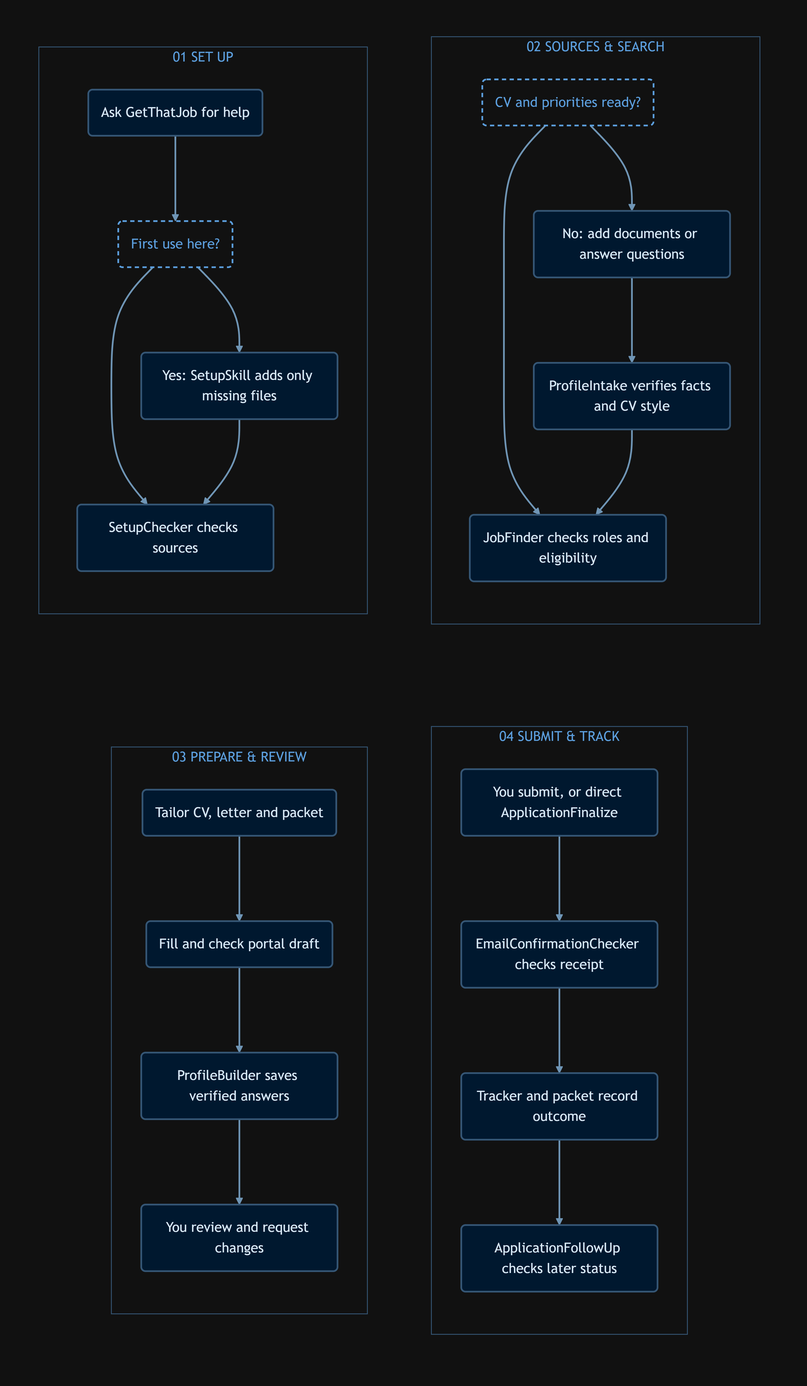
The Mermaid diagram docs/workflow-detailed-vertical.png in YazanMahaini/GetThatJob, before a commit. Its source is kept beside it as docs/workflow-detailed-vertical.mmd. Source of this version:
```mermaid
flowchart TB
    subgraph first[" "]
        direction LR
    subgraph setup["01  SET UP"]
        direction TB
        A("Ask GetThatJob for help") --> B("First use here?")
        B --> C("Yes: SetupSkill adds only missing files")
        B --> D("SetupChecker checks sources")
        C --> D
    end
    subgraph search["02  SOURCES & SEARCH"]
        direction TB
        E("CV and priorities ready?")
        E --> F("No: add documents or answer questions")
        F --> G("ProfileIntake verifies facts and CV style")
        E --> H("JobFinder checks roles and eligibility")
        G --> H
    end
    end
    subgraph second[" "]
        direction LR
    subgraph prepare["03  PREPARE & REVIEW"]
        direction TB
        I("Tailor CV, letter and packet") --> J("Fill and check portal draft")
        J --> P("ProfileBuilder saves verified answers")
        P --> K("You review and request changes")
    end
    subgraph outcome["04  SUBMIT & TRACK"]
        direction TB
        L("You submit, or direct ApplicationFinalize") --> M("EmailConfirmationChecker checks receipt")
        M --> N("Tracker and packet record outcome")
        N --> O("ApplicationFollowUp checks later status")
    end
    end
    setup --> search
    prepare --> outcome
    first ~~~ second
    classDef step fill:#00182f,stroke:#355675,color:#d9e8f6,stroke-width:2px;
    classDef decision fill:#111111,stroke:#5c9fde,color:#5c9fde,stroke-width:2px,stroke-dasharray:5 4;
    class A,C,D,F,G,H,I,J,P,K,L,M,N,O step;
    class B,E decision;
    style setup fill:transparent,stroke:#355675,color:#5c9fde
    style search fill:transparent,stroke:#355675,color:#5c9fde
    style prepare fill:transparent,stroke:#355675,color:#5c9fde
    style outcome fill:transparent,stroke:#355675,color:#5c9fde
    linkStyle 0,1,2,3,4,5,6,7,8,9,10,11,12,13 stroke:#6f95b5,stroke-width:2px;
    linkStyle 14,15,16 stroke:transparent,fill:transparent;
    style first fill:transparent,stroke:transparent
    style second fill:transparent,stroke:transparent
```
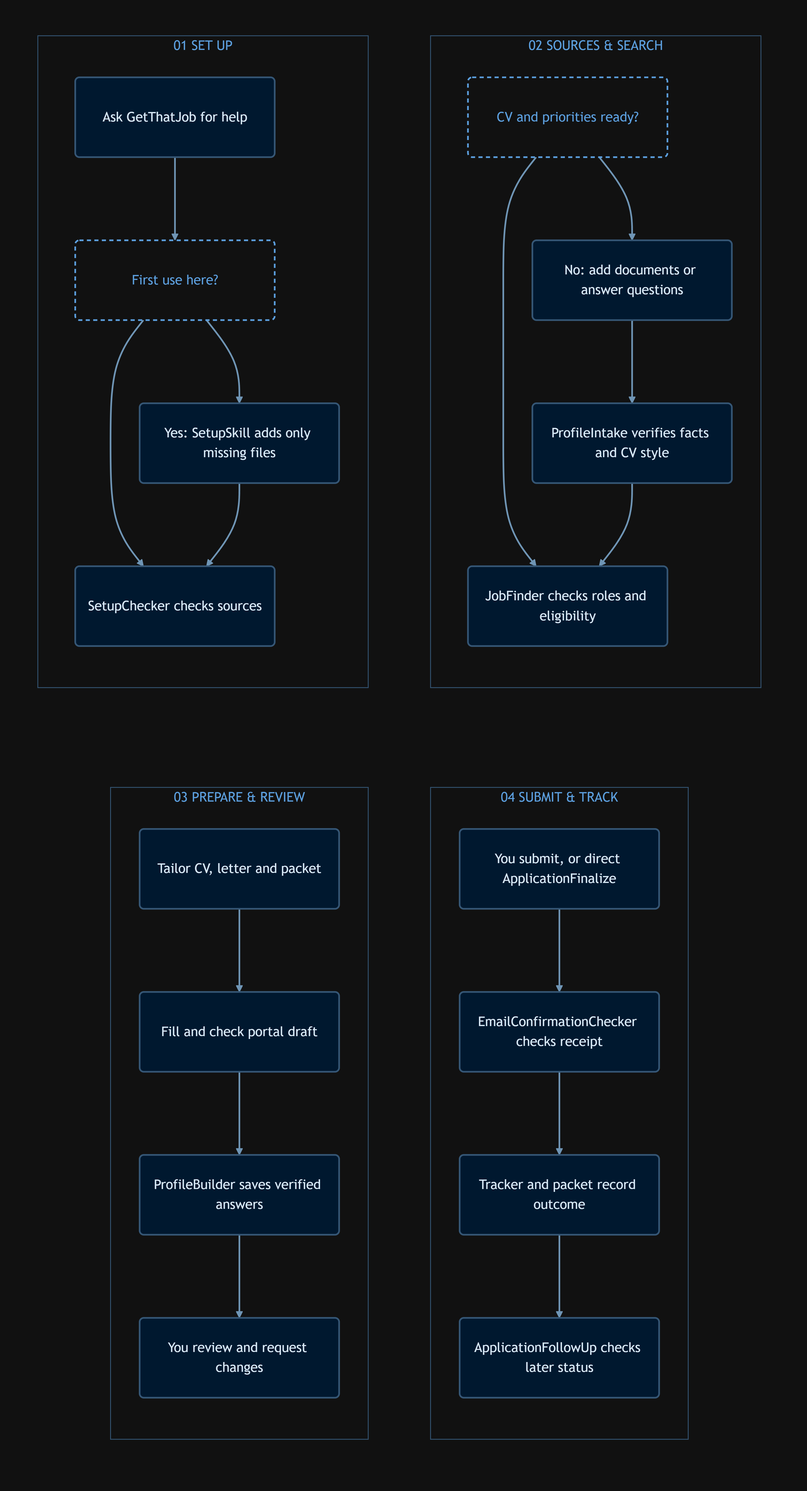
Above is the later version.

Commit message:
Use equal-sized detailed workflow cards in README

What changed in the source:
```diff
@@ -3,17 +3,17 @@
         direction LR
     subgraph setup["01  SET UP"]
         direction TB
-        A("Ask GetThatJob for help") --> B("First use here?")
-        B --> C("Yes: SetupSkill adds only missing files")
-        B --> D("SetupChecker checks sources")
+        A("<div style='width:210px;height:66px;display:flex;align-items:center;justify-content:center;text-align:center'>Ask GetThatJob for help</div>") --> B("<div style='width:210px;height:66px;display:flex;align-items:center;justify-content:center;text-align:center'>First use here?</div>")
+        B --> C("<div style='width:210px;height:66px;display:flex;align-items:center;justify-content:center;text-align:center'>Yes: SetupSkill adds only missing files</div>")
+        B --> D("<div style='width:210px;height:66px;display:flex;align-items:center;justify-content:center;text-align:center'>SetupChecker checks sources</div>")
         C --> D
     end
     subgraph search["02  SOURCES & SEARCH"]
         direction TB
-        E("CV and priorities ready?")
-        E --> F("No: add documents or answer questions")
-        F --> G("ProfileIntake verifies facts and CV style")
-        E --> H("JobFinder checks roles and eligibility")
+        E("<div style='width:210px;height:66px;display:flex;align-items:center;justify-content:center;text-align:center'>CV and priorities ready?</div>")
+        E --> F("<div style='width:210px;height:66px;display:flex;align-items:center;justify-content:center;text-align:center'>No: add documents or answer questions</div>")
+        F --> G("<div style='width:210px;height:66px;display:flex;align-items:center;justify-content:center;text-align:center'>ProfileIntake verifies facts and CV style</div>")
+        E --> H("<div style='width:210px;height:66px;display:flex;align-items:center;justify-content:center;text-align:center'>JobFinder checks roles and eligibility</div>")
         G --> H
     end
     end
@@ -21,15 +21,15 @@
         direction LR
     subgraph prepare["03  PREPARE & REVIEW"]
         direction TB
-        I("Tailor CV, letter and packet") --> J("Fill and check portal draft")
-        J --> P("ProfileBuilder saves verified answers")
-        P --> K("You review and request changes")
+        I("<div style='width:210px;height:66px;display:flex;align-items:center;justify-content:center;text-align:center'>Tailor CV, letter and packet</div>") --> J("<div style='width:210px;height:66px;display:flex;align-items:center;justify-content:center;text-align:center'>Fill and check portal draft</div>")
+        J --> P("<div style='width:210px;height:66px;display:flex;align-items:center;justify-content:center;text-align:center'>ProfileBuilder saves verified answers</div>")
+        P --> K("<div style='width:210px;height:66px;display:flex;align-items:center;justify-content:center;text-align:center'>You review and request changes</div>")
     end
     subgraph outcome["04  SUBMIT & TRACK"]
         direction TB
-        L("You submit, or direct ApplicationFinalize") --> M("EmailConfirmationChecker checks receipt")
-        M --> N("Tracker and packet record outcome")
-        N --> O("ApplicationFollowUp checks later status")
+        L("<div style='width:210px;height:66px;display:flex;align-items:center;justify-content:center;text-align:center'>You submit, or direct ApplicationFinalize</div>") --> M("<div style='width:210px;height:66px;display:flex;align-items:center;justify-content:center;text-align:center'>EmailConfirmationChecker checks receipt</div>")
+        M --> N("<div style='width:210px;height:66px;display:flex;align-items:center;justify-content:center;text-align:center'>Tracker and packet record outcome</div>")
+        N --> O("<div style='width:210px;height:66px;display:flex;align-items:center;justify-content:center;text-align:center'>ApplicationFollowUp checks later status</div>")
     end
     end
     setup --> search
```
